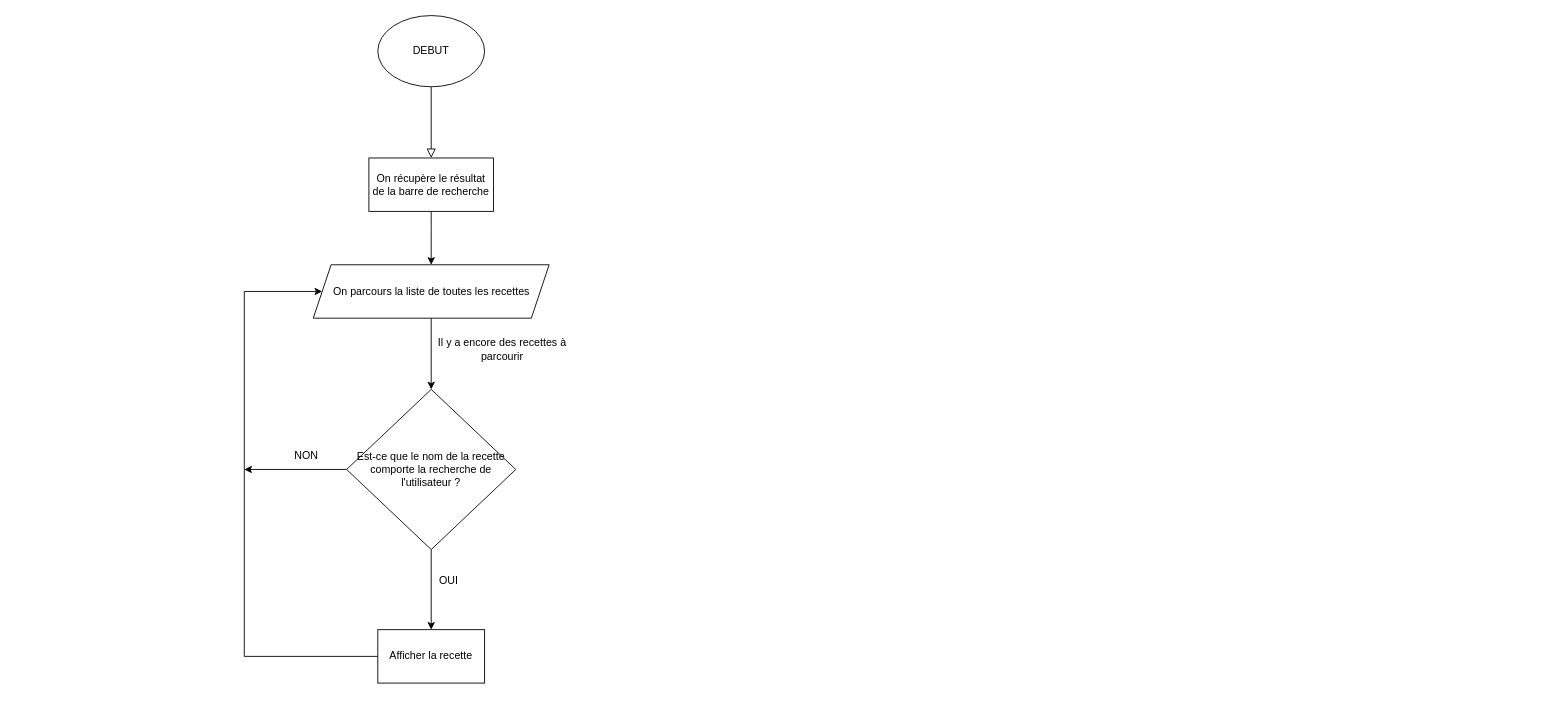
Earlier version of the draw.io diagram Diagramme sans nom.drawio (marlener87/P7_algorigramme). Source tidied: cells renumbered, new cells numbered last; positions are measured from the earlier drawing's top-left corner, leaving out a move shared by most shapes. Both pictures are drawn from the tidied source at 89%, with x=0, y=0 at pixel (244, 15).
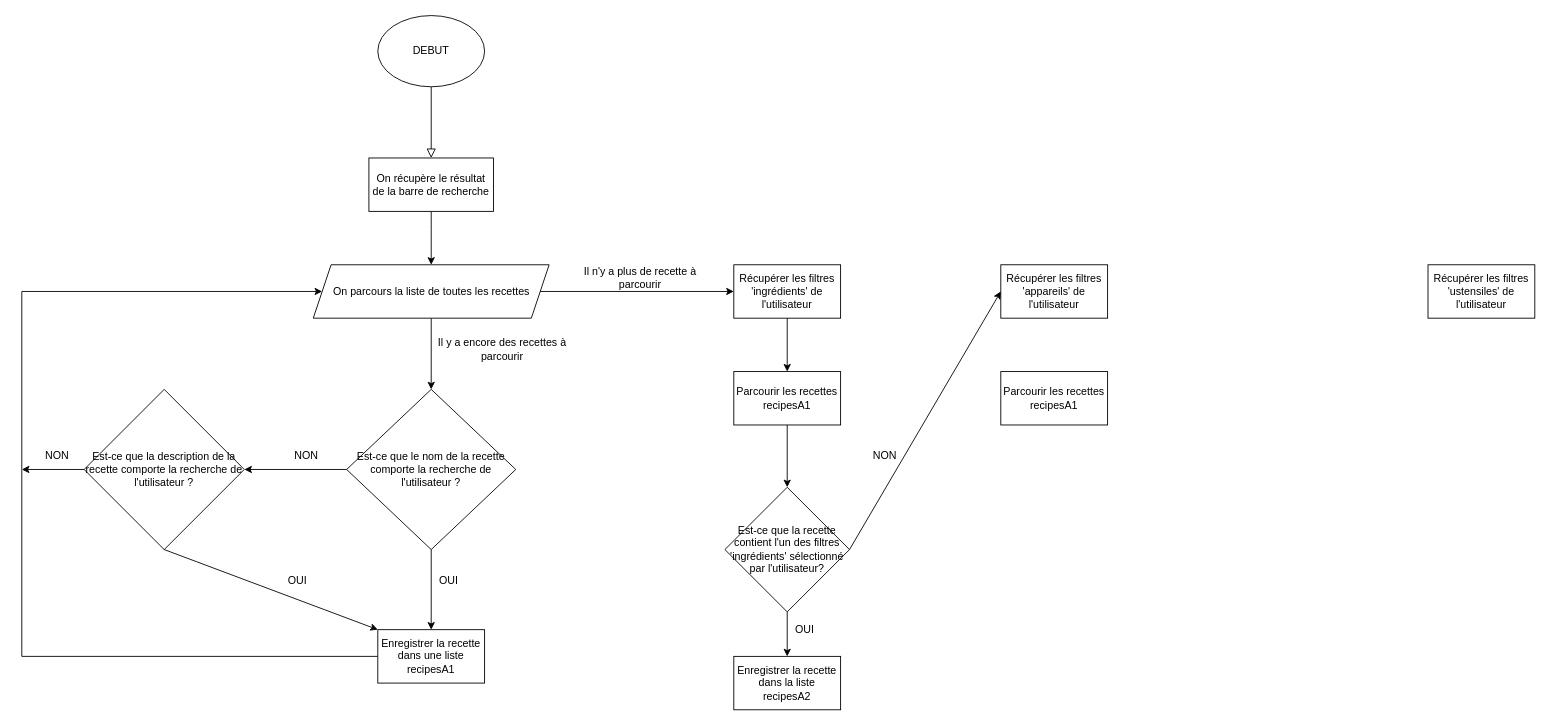
Above is the later version.

Commit message (it also covers changes not shown here):
Mettre à jour Diagramme sans nom.drawio

Unchanged cells that the change refers to:
```xml
<mxCell id="7" value="On parcours la liste de toutes les recettes" style="shape=parallelogram;perimeter=parallelogramPerimeter;whiteSpace=wrap;html=1;fixedSize=1;" parent="1" vertex="1">
  <mxGeometry x="77.5" y="280" width="265" height="60" as="geometry" />
</mxCell>
```

Diff of the diagram source:
```diff
@@
     <mxCell id="11" style="edgeStyle=orthogonalEdgeStyle;rounded=0;jettySize=auto;html=1;exitX=0;exitY=0.5;exitDx=0;exitDy=0;entryX=0;entryY=0.5;entryDx=0;entryDy=0;" parent="1" edge="1" source="12" target="7">
       <mxGeometry relative="1" as="geometry">
         <Array as="points">
-          <mxPoint y="720" />
-          <mxPoint y="310" />
+          <mxPoint x="-250" y="720" />
+          <mxPoint x="-250" y="310" />
         </Array>
       </mxGeometry>
     </mxCell>
-    <mxCell id="12" value="Afficher la recette" style="rounded=0;whiteSpace=wrap;html=1;" parent="1" vertex="1">
+    <mxCell id="12" value="Enregistrer la recette dans une liste recipesA1" style="rounded=0;whiteSpace=wrap;html=1;" parent="1" vertex="1">
       <mxGeometry x="150" y="690" width="120" height="60" as="geometry" />
     </mxCell>
@@
+    <mxCell id="16" value="Est-ce que la description de la recette comporte la recherche de l'utilisateur ?" style="rhombus;whiteSpace=wrap;html=1;" parent="1" vertex="1">
+      <mxGeometry x="-180" y="420" width="180" height="180" as="geometry" />
+    </mxCell>
+    <mxCell id="17" style="endArrow=classic;html=1;rounded=0;exitX=0.5;exitY=1;exitDx=0;exitDy=0;entryX=0;entryY=0;entryDx=0;entryDy=0;" parent="1" edge="1" source="16" target="12">
+      <mxGeometry relative="1" as="geometry" />
+    </mxCell>
+    <mxCell id="18" value="OUI" style="text;html=1;strokeColor=none;fillColor=none;align=center;verticalAlign=middle;whiteSpace=wrap;rounded=0;" parent="1" vertex="1">
+      <mxGeometry x="30" y="620" width="60" height="30" as="geometry" />
+    </mxCell>
+    <mxCell id="19" style="endArrow=classic;html=1;rounded=0;exitX=0;exitY=0.5;exitDx=0;exitDy=0;" parent="1" edge="1" source="16">
+      <mxGeometry relative="1" as="geometry">
+        <mxPoint x="-250" y="510" as="targetPoint" />
+      </mxGeometry>
+    </mxCell>
+    <mxCell id="20" value="NON" style="text;html=1;strokeColor=none;fillColor=none;align=center;verticalAlign=middle;whiteSpace=wrap;rounded=0;" parent="1" vertex="1">
+      <mxGeometry x="-240" y="480" width="60" height="30" as="geometry" />
+    </mxCell>
+    <mxCell id="21" value="Récupérer les filtres 'ingrédients' de l'utilisateur" style="rounded=0;whiteSpace=wrap;html=1;" parent="1" vertex="1">
+      <mxGeometry x="550" y="280" width="120" height="60" as="geometry" />
+    </mxCell>
+    <mxCell id="22" value="Récupérer les filtres 'appareils' de l'utilisateur" style="rounded=0;whiteSpace=wrap;html=1;" parent="1" vertex="1">
+      <mxGeometry x="850" y="280" width="120" height="60" as="geometry" />
+    </mxCell>
+    <mxCell id="23" value="Récupérer les filtres 'ustensiles' de l'utilisateur" style="rounded=0;whiteSpace=wrap;html=1;" parent="1" vertex="1">
+      <mxGeometry x="1330" y="280" width="120" height="60" as="geometry" />
+    </mxCell>
+    <mxCell id="24" style="endArrow=classic;html=1;rounded=0;exitX=1;exitY=0.5;exitDx=0;exitDy=0;entryX=0;entryY=0.5;entryDx=0;entryDy=0;" parent="1" edge="1" source="7" target="21">
+      <mxGeometry relative="1" as="geometry" />
+    </mxCell>
+    <mxCell id="25" value="Il n'y a plus de recette à parcourir" style="text;html=1;strokeColor=none;fillColor=none;align=center;verticalAlign=middle;whiteSpace=wrap;rounded=0;" parent="1" vertex="1">
+      <mxGeometry x="360" y="280" width="170" height="30" as="geometry" />
+    </mxCell>
+    <mxCell id="26" value="Parcourir les recettes recipesA1" style="rounded=0;whiteSpace=wrap;html=1;" parent="1" vertex="1">
+      <mxGeometry x="550" y="400" width="120" height="60" as="geometry" />
+    </mxCell>
+    <mxCell id="27" style="endArrow=classic;html=1;rounded=0;exitX=0.5;exitY=1;exitDx=0;exitDy=0;entryX=0.5;entryY=0;entryDx=0;entryDy=0;" parent="1" edge="1" source="21" target="26">
+      <mxGeometry relative="1" as="geometry" />
+    </mxCell>
+    <mxCell id="28" value="Est-ce que la recette contient l'un des filtres 'ingrédients' sélectionné par l'utilisateur?" style="rhombus;whiteSpace=wrap;html=1;" parent="1" vertex="1">
+      <mxGeometry x="540" y="530" width="140" height="140" as="geometry" />
+    </mxCell>
+    <mxCell id="29" style="endArrow=classic;html=1;rounded=0;exitX=0.5;exitY=1;exitDx=0;exitDy=0;entryX=0.5;entryY=0;entryDx=0;entryDy=0;" parent="1" edge="1" source="26" target="28">
+      <mxGeometry relative="1" as="geometry" />
+    </mxCell>
+    <mxCell id="30" value="Enregistrer la recette dans la liste recipesA2" style="rounded=0;whiteSpace=wrap;html=1;" parent="1" vertex="1">
+      <mxGeometry x="550" y="720" width="120" height="60" as="geometry" />
+    </mxCell>
+    <mxCell id="31" style="endArrow=classic;html=1;rounded=0;exitX=0.5;exitY=1;exitDx=0;exitDy=0;entryX=0.5;entryY=0;entryDx=0;entryDy=0;" parent="1" edge="1" source="28" target="30">
+      <mxGeometry relative="1" as="geometry" />
+    </mxCell>
+    <mxCell id="32" value="OUI" style="text;html=1;strokeColor=none;fillColor=none;align=center;verticalAlign=middle;whiteSpace=wrap;rounded=0;" parent="1" vertex="1">
+      <mxGeometry x="600" y="680" width="60" height="20" as="geometry" />
+    </mxCell>
+    <mxCell id="33" style="endArrow=classic;html=1;rounded=0;exitX=1;exitY=0.5;exitDx=0;exitDy=0;entryX=0;entryY=0.5;entryDx=0;entryDy=0;" parent="1" edge="1" source="28" target="22">
+      <mxGeometry relative="1" as="geometry" />
+    </mxCell>
+    <mxCell id="34" value="NON" style="text;html=1;strokeColor=none;fillColor=none;align=center;verticalAlign=middle;whiteSpace=wrap;rounded=0;" parent="1" vertex="1">
+      <mxGeometry x="690" y="480" width="60" height="30" as="geometry" />
+    </mxCell>
+    <mxCell id="35" value="Parcourir les recettes recipesA1" style="rounded=0;whiteSpace=wrap;html=1;" parent="1" vertex="1">
+      <mxGeometry x="850" y="400" width="120" height="60" as="geometry" />
+    </mxCell>
```
